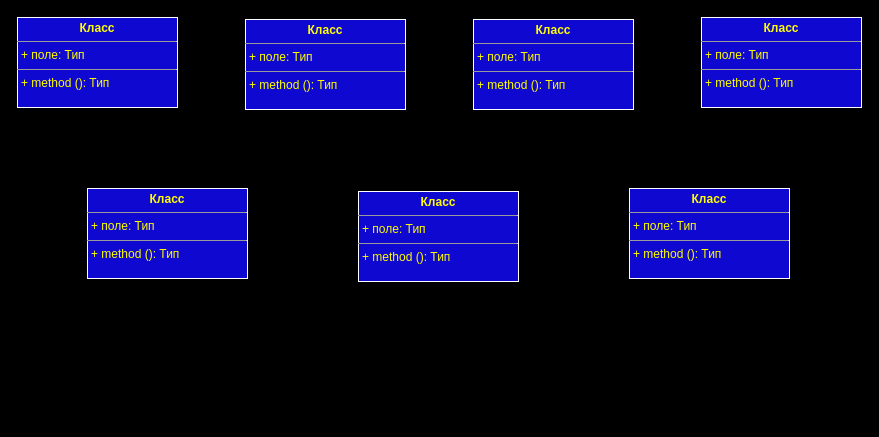
Earlier version of the draw.io diagram Untitled Diagram.drawio (Simonenko75/Simonenko75). Source tidied: cells renumbered, new cells numbered last; positions are measured from the earlier drawing's top-left corner, leaving out a move shared by most shapes. Both pictures are drawn from the tidied source at 100%, with x=0, y=0 at pixel (17, 17).
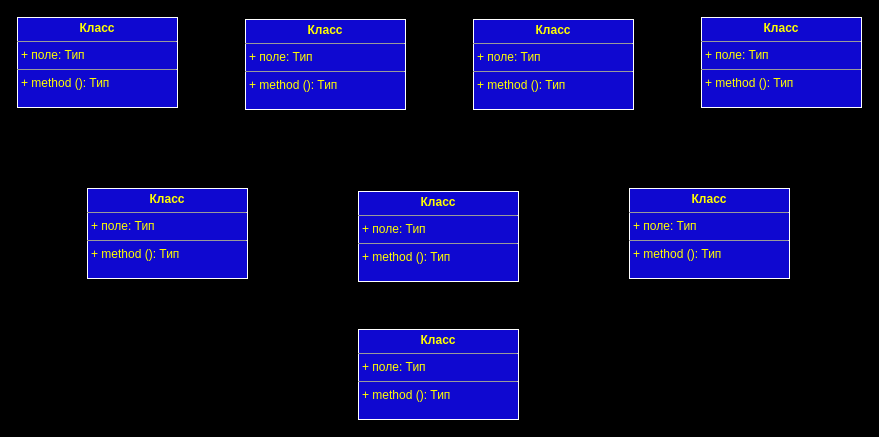
The same diagram, later.

Diff of the diagram source:
```diff
@@
 <mxGraphModel background="#000000">
   <root>
     <mxCell id="0" />
     <mxCell id="1" parent="0" />
     <mxCell id="2" value="&lt;p style=&quot;margin: 0px ; margin-top: 4px ; text-align: center&quot;&gt;&lt;b&gt;Класс&lt;/b&gt;&lt;/p&gt;&lt;hr size=&quot;1&quot;&gt;&lt;p style=&quot;margin: 0px ; margin-left: 4px&quot;&gt;+ поле: Тип&lt;/p&gt;&lt;hr size=&quot;1&quot;&gt;&lt;p style=&quot;margin: 0px ; margin-left: 4px&quot;&gt;+ method (): Тип&lt;/p&gt;" style="verticalAlign=top;align=left;overflow=fill;fontSize=12;fontFamily=Helvetica;html=1;shadow=0;fillColor=#0F08D0;fontColor=#FFFF00;strokeColor=#FFFFFF;" parent="1" vertex="1">
       <mxGeometry width="160" height="90" as="geometry" />
     </mxCell>
     <mxCell id="3" value="&lt;p style=&quot;margin: 0px ; margin-top: 4px ; text-align: center&quot;&gt;&lt;b&gt;Класс&lt;/b&gt;&lt;/p&gt;&lt;hr size=&quot;1&quot;&gt;&lt;p style=&quot;margin: 0px ; margin-left: 4px&quot;&gt;+ поле: Тип&lt;/p&gt;&lt;hr size=&quot;1&quot;&gt;&lt;p style=&quot;margin: 0px ; margin-left: 4px&quot;&gt;+ method (): Тип&lt;/p&gt;" style="verticalAlign=top;align=left;overflow=fill;fontSize=12;fontFamily=Helvetica;html=1;shadow=0;fillColor=#0F08D0;fontColor=#FFFF00;strokeColor=#FFFFFF;" parent="1" vertex="1">
       <mxGeometry x="228" y="2" width="160" height="90" as="geometry" />
     </mxCell>
     <mxCell id="4" value="&lt;p style=&quot;margin: 0px ; margin-top: 4px ; text-align: center&quot;&gt;&lt;b&gt;Класс&lt;/b&gt;&lt;/p&gt;&lt;hr size=&quot;1&quot;&gt;&lt;p style=&quot;margin: 0px ; margin-left: 4px&quot;&gt;+ поле: Тип&lt;/p&gt;&lt;hr size=&quot;1&quot;&gt;&lt;p style=&quot;margin: 0px ; margin-left: 4px&quot;&gt;+ method (): Тип&lt;/p&gt;" style="verticalAlign=top;align=left;overflow=fill;fontSize=12;fontFamily=Helvetica;html=1;shadow=0;fillColor=#0F08D0;fontColor=#FFFF00;strokeColor=#FFFFFF;" parent="1" vertex="1">
       <mxGeometry x="456" y="2" width="160" height="90" as="geometry" />
     </mxCell>
     <mxCell id="5" value="&lt;p style=&quot;margin: 0px ; margin-top: 4px ; text-align: center&quot;&gt;&lt;b&gt;Класс&lt;/b&gt;&lt;/p&gt;&lt;hr size=&quot;1&quot;&gt;&lt;p style=&quot;margin: 0px ; margin-left: 4px&quot;&gt;+ поле: Тип&lt;/p&gt;&lt;hr size=&quot;1&quot;&gt;&lt;p style=&quot;margin: 0px ; margin-left: 4px&quot;&gt;+ method (): Тип&lt;/p&gt;" style="verticalAlign=top;align=left;overflow=fill;fontSize=12;fontFamily=Helvetica;html=1;shadow=0;fillColor=#0F08D0;fontColor=#FFFF00;strokeColor=#FFFFFF;" parent="1" vertex="1">
       <mxGeometry x="684" width="160" height="90" as="geometry" />
     </mxCell>
     <mxCell id="6" value="&lt;p style=&quot;margin: 0px ; margin-top: 4px ; text-align: center&quot;&gt;&lt;b&gt;Класс&lt;/b&gt;&lt;/p&gt;&lt;hr size=&quot;1&quot;&gt;&lt;p style=&quot;margin: 0px ; margin-left: 4px&quot;&gt;+ поле: Тип&lt;/p&gt;&lt;hr size=&quot;1&quot;&gt;&lt;p style=&quot;margin: 0px ; margin-left: 4px&quot;&gt;+ method (): Тип&lt;/p&gt;" style="verticalAlign=top;align=left;overflow=fill;fontSize=12;fontFamily=Helvetica;html=1;shadow=0;fillColor=#0F08D0;fontColor=#FFFF00;strokeColor=#FFFFFF;" parent="1" vertex="1">
       <mxGeometry x="612" y="171" width="160" height="90" as="geometry" />
     </mxCell>
     <mxCell id="7" value="&lt;p style=&quot;margin: 0px ; margin-top: 4px ; text-align: center&quot;&gt;&lt;b&gt;Класс&lt;/b&gt;&lt;/p&gt;&lt;hr size=&quot;1&quot;&gt;&lt;p style=&quot;margin: 0px ; margin-left: 4px&quot;&gt;+ поле: Тип&lt;/p&gt;&lt;hr size=&quot;1&quot;&gt;&lt;p style=&quot;margin: 0px ; margin-left: 4px&quot;&gt;+ method (): Тип&lt;/p&gt;" style="verticalAlign=top;align=left;overflow=fill;fontSize=12;fontFamily=Helvetica;html=1;shadow=0;fillColor=#0F08D0;fontColor=#FFFF00;strokeColor=#FFFFFF;" parent="1" vertex="1">
       <mxGeometry x="341" y="174" width="160" height="90" as="geometry" />
     </mxCell>
     <mxCell id="8" value="&lt;p style=&quot;margin: 0px ; margin-top: 4px ; text-align: center&quot;&gt;&lt;b&gt;Класс&lt;/b&gt;&lt;/p&gt;&lt;hr size=&quot;1&quot;&gt;&lt;p style=&quot;margin: 0px ; margin-left: 4px&quot;&gt;+ поле: Тип&lt;/p&gt;&lt;hr size=&quot;1&quot;&gt;&lt;p style=&quot;margin: 0px ; margin-left: 4px&quot;&gt;+ method (): Тип&lt;/p&gt;" style="verticalAlign=top;align=left;overflow=fill;fontSize=12;fontFamily=Helvetica;html=1;shadow=0;fillColor=#0F08D0;fontColor=#FFFF00;strokeColor=#FFFFFF;" parent="1" vertex="1">
       <mxGeometry x="70" y="171" width="160" height="90" as="geometry" />
     </mxCell>
+    <mxCell id="9" value="&lt;p style=&quot;margin: 0px ; margin-top: 4px ; text-align: center&quot;&gt;&lt;b&gt;Класс&lt;/b&gt;&lt;/p&gt;&lt;hr size=&quot;1&quot;&gt;&lt;p style=&quot;margin: 0px ; margin-left: 4px&quot;&gt;+ поле: Тип&lt;/p&gt;&lt;hr size=&quot;1&quot;&gt;&lt;p style=&quot;margin: 0px ; margin-left: 4px&quot;&gt;+ method (): Тип&lt;/p&gt;" style="verticalAlign=top;align=left;overflow=fill;fontSize=12;fontFamily=Helvetica;html=1;shadow=0;fillColor=#0F08D0;fontColor=#FFFF00;strokeColor=#FFFFFF;" parent="1" vertex="1">
+      <mxGeometry x="341" y="312" width="160" height="90" as="geometry" />
+    </mxCell>
   </root>
 </mxGraphModel>
```
